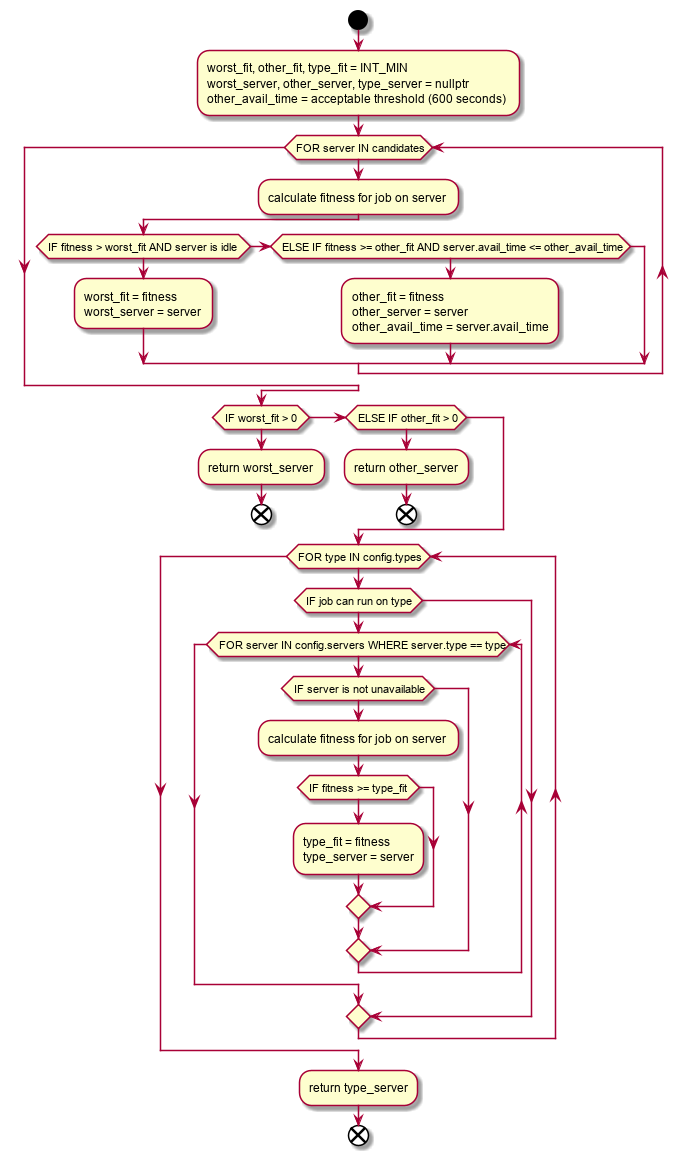
This is docs/worst_fit_flowchart.png from eabrahams/comp335-group-project, a PlantUML export, as it was before one commit. The source it was exported from:
```plantuml
@startuml
start

:worst_fit, other_fit, type_fit = INT_MIN
worst_server, other_server, type_server = nullptr
other_avail_time = acceptable threshold (600 seconds);

while (FOR server IN candidates)
	:calculate fitness for job on server;
	if (IF fitness > worst_fit AND server is idle)
		:worst_fit = fitness
		worst_server = server;
	else if(ELSE IF fitness >= other_fit AND server.avail_time <= other_avail_time)
		:other_fit = fitness
		other_server = server
		other_avail_time = server.avail_time;
	endif
endwhile

if(IF worst_fit > 0)
	:return worst_server;
	end
else if(ELSE IF other_fit > 0)
	:return other_server;
	end
endif

while(FOR type IN config.types)
	if(IF job can run on type)
		while(FOR server IN config.servers WHERE server.type == type)
			if(IF server is not unavailable)
				:calculate fitness for job on server;
				if(IF fitness >= type_fit)
					:type_fit = fitness
					type_server = server;
				endif
			endif
		endwhile
	endif
endwhile

:return type_server;

end
@enduml
```
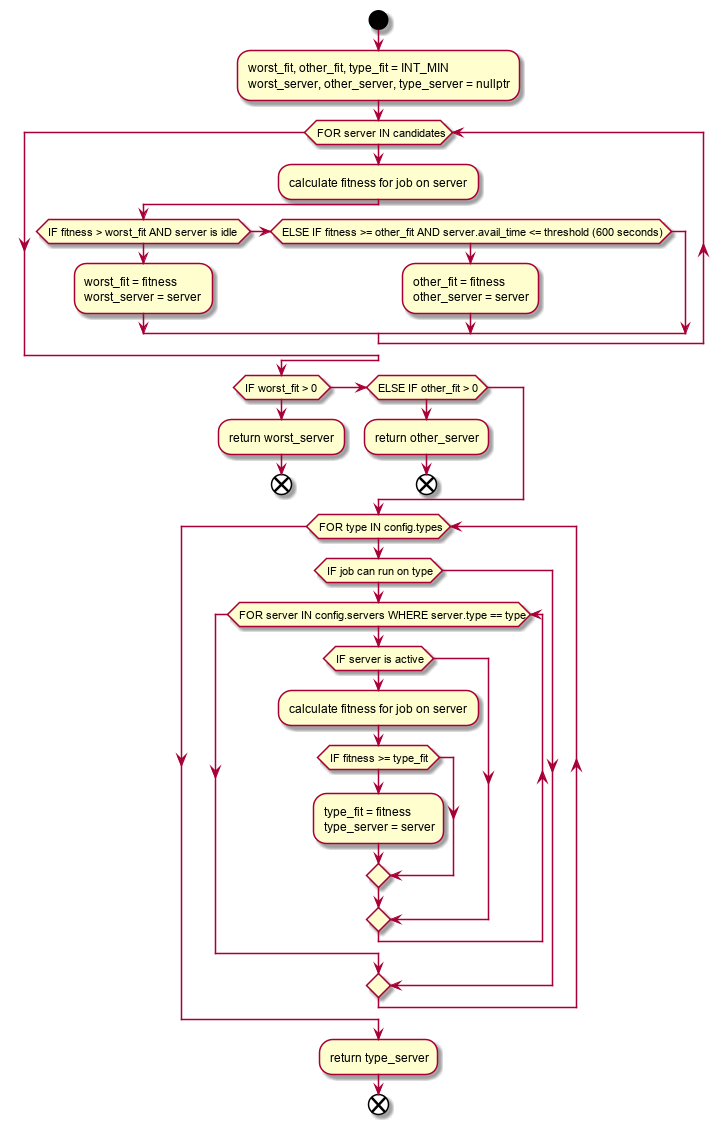
Later version of the same file.

Commit message:
match the assignment spec more closely

The edit, as a diff of the source:
```diff
@@ -2,18 +2,16 @@
 start
 
 :worst_fit, other_fit, type_fit = INT_MIN
-worst_server, other_server, type_server = nullptr
-other_avail_time = acceptable threshold (600 seconds);
+worst_server, other_server, type_server = nullptr;
 
 while (FOR server IN candidates)
 	:calculate fitness for job on server;
 	if (IF fitness > worst_fit AND server is idle)
 		:worst_fit = fitness
 		worst_server = server;
-	else if(ELSE IF fitness >= other_fit AND server.avail_time <= other_avail_time)
+	else if(ELSE IF fitness >= other_fit AND server.avail_time <= threshold (600 seconds))
 		:other_fit = fitness
-		other_server = server
-		other_avail_time = server.avail_time;
+		other_server = server;
 	endif
 endwhile
 
@@ -28,7 +26,7 @@
 while(FOR type IN config.types)
 	if(IF job can run on type)
 		while(FOR server IN config.servers WHERE server.type == type)
-			if(IF server is not unavailable)
+			if(IF server is active)
 				:calculate fitness for job on server;
 				if(IF fitness >= type_fit)
 					:type_fit = fitness
@@ -38,8 +36,6 @@
 		endwhile
 	endif
 endwhile
-
 :return type_server;
-
 end
 @enduml
```
